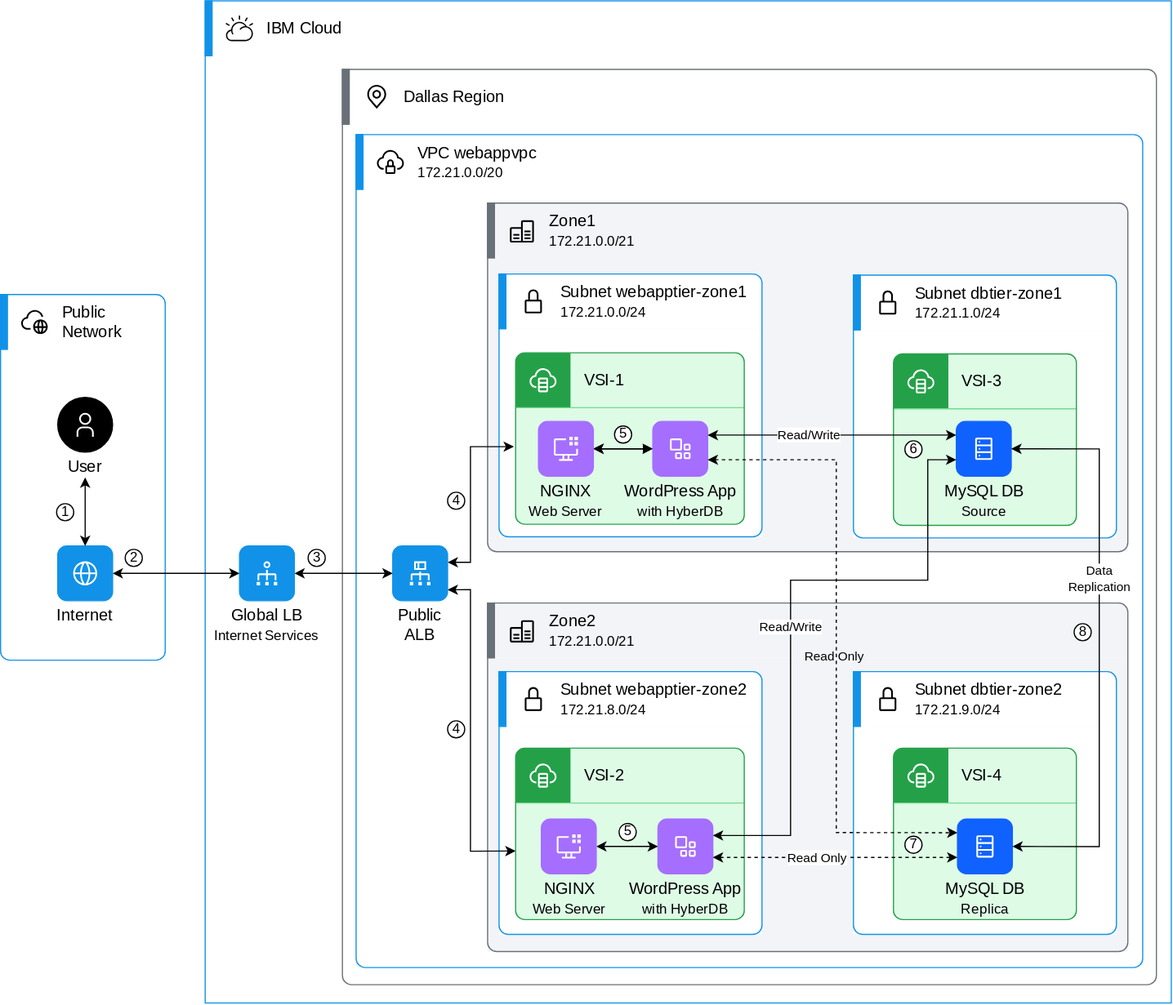
jaywarfield/codepattern-multitier-vpc keeps this draw.io diagram as doc/source/images/webappvpc-architecture-Application.svg. Above is the earlier version. Source tidied: cells renumbered, new cells last; positions are measured from the earlier drawing's top-left corner, leaving out a move shared by most shapes.
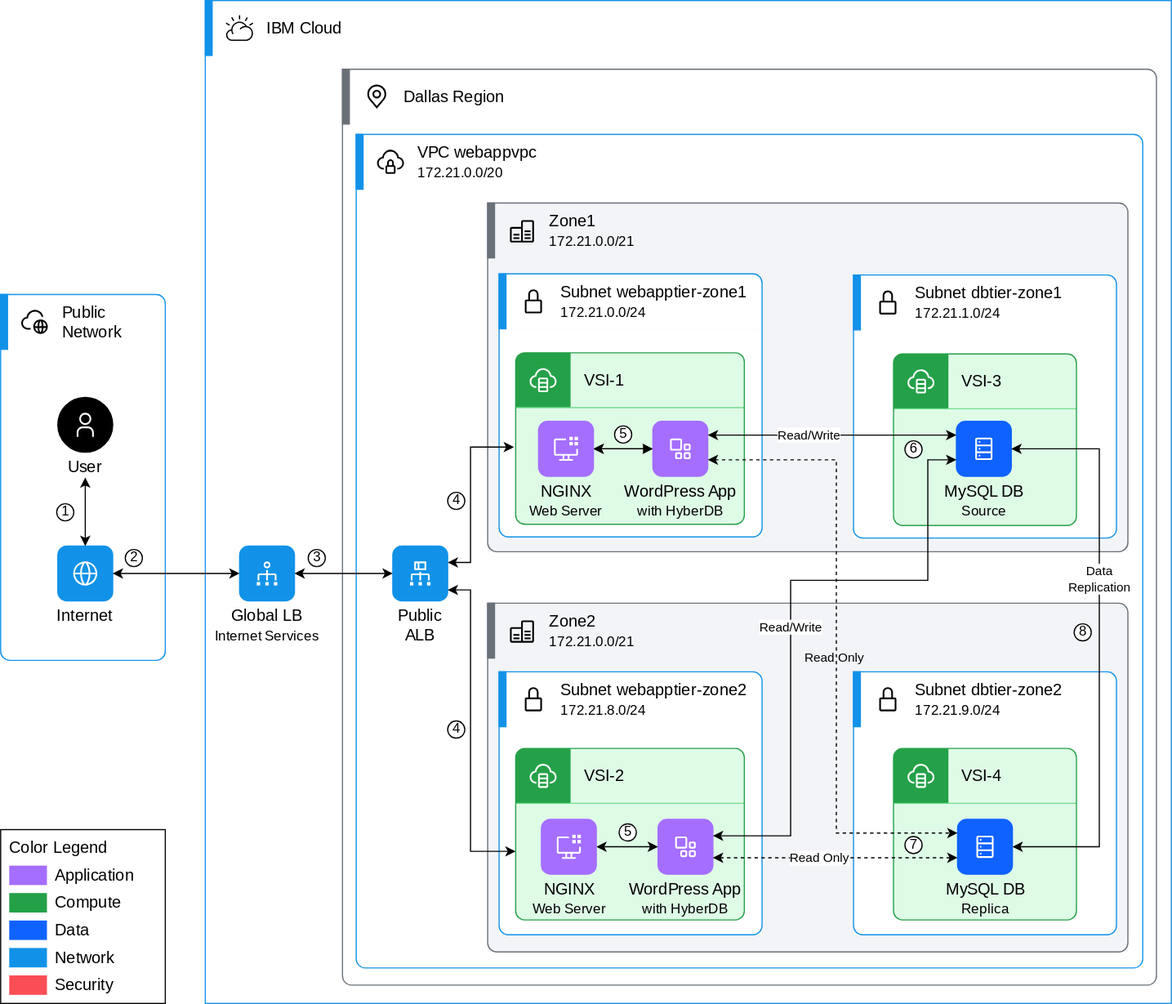
After the change.

The edit, as a diff of the source:
```diff
@@ -228,5 +228,35 @@
     <mxCell id="48" value="8" style="ellipse;whiteSpace=wrap;html=1;spacingLeft=1;spacingBottom=1;" parent="1" vertex="1">
       <mxGeometry x="939" y="545" width="15" height="15" as="geometry" />
     </mxCell>
+    <object id="49" label="%Legend-Title%" Legend-Title="Color Legend" placeholders="1">
+      <mxCell style="shape=mxgraph.ibm2mondrian.legend;legendLayout=verticalTB;html=1;whiteSpace=wrap;strokeWidth=1;fontFamily=IBM Plex Sans;fontColor=#000000;fontSize=14;verticalAlign=middle;align=left;spacing=0;spacingLeft=0;spacingRight=0;spacingTop=0;spacingBottom=0;stackUnitSize=16;allowGaps=0;stackFill=1;noLabel=0;legendColor=black:black:white;" parent="1" vertex="1">
+        <mxGeometry y="725" width="144" height="152" as="geometry" />
+      </mxCell>
+    </object>
+    <object id="50" label="%Element-Name%&lt;BR&gt;&lt;font style='font-size: 12px'&gt;%Element-ID%&lt;/font&gt;" Element-ID="" Element-Name="Application" Icon-Name="" Tag-Text="" placeholders="1">
+      <mxCell style="shape=mxgraph.ibm2mondrian.base;shapeType=ln;shapeLayout=legend:color;colorFamily=purple;colorBackground=noColor:noColor;html=1;whiteSpace=wrap;strokeWidth=1;fontFamily=IBM Plex Sans;fontColor=#000000;fontSize=14;image=;verticalAlign=middle;align=left;spacing=0;spacingLeft=0;spacingRight=0;spacingTop=0;spacingBottom=0;verticalLabelPosition=middle;labelPosition=center;" parent="49" vertex="1">
+        <mxGeometry x="8" y="32" width="128" height="16" as="geometry" />
+      </mxCell>
+    </object>
+    <object id="51" label="%Element-Name%&lt;BR&gt;&lt;font style='font-size: 12px'&gt;%Element-ID%&lt;/font&gt;" Element-ID="" Element-Name="Compute" Icon-Name="" Tag-Text="" placeholders="1">
+      <mxCell style="shape=mxgraph.ibm2mondrian.base;shapeType=ln;shapeLayout=legend:color;colorFamily=green;colorBackground=noColor:noColor;html=1;whiteSpace=wrap;strokeWidth=1;fontFamily=IBM Plex Sans;fontColor=#000000;fontSize=14;image=;verticalAlign=middle;align=left;spacing=0;spacingLeft=0;spacingRight=0;spacingTop=0;spacingBottom=0;verticalLabelPosition=middle;labelPosition=center;" parent="49" vertex="1">
+        <mxGeometry x="8" y="56" width="128" height="16" as="geometry" />
+      </mxCell>
+    </object>
+    <object id="52" label="%Element-Name%&lt;BR&gt;&lt;font style='font-size: 12px'&gt;%Element-ID%&lt;/font&gt;" Element-ID="" Element-Name="Data" Icon-Name="" Tag-Text="" placeholders="1">
+      <mxCell style="shape=mxgraph.ibm2mondrian.base;shapeType=ln;shapeLayout=legend:color;colorFamily=blue;colorBackground=noColor:noColor;html=1;whiteSpace=wrap;strokeWidth=1;fontFamily=IBM Plex Sans;fontColor=#000000;fontSize=14;image=;verticalAlign=middle;align=left;spacing=0;spacingLeft=0;spacingRight=0;spacingTop=0;spacingBottom=0;verticalLabelPosition=middle;labelPosition=center;" parent="49" vertex="1">
+        <mxGeometry x="8" y="80" width="128" height="16" as="geometry" />
+      </mxCell>
+    </object>
+    <object id="53" label="%Element-Name%&lt;BR&gt;&lt;font style='font-size: 12px'&gt;%Element-ID%&lt;/font&gt;" Element-ID="" Element-Name="Network" Icon-Name="" Tag-Text="" placeholders="1">
+      <mxCell style="shape=mxgraph.ibm2mondrian.base;shapeType=ln;shapeLayout=legend:color;colorFamily=cyan;colorBackground=noColor:noColor;html=1;whiteSpace=wrap;strokeWidth=1;fontFamily=IBM Plex Sans;fontColor=#000000;fontSize=14;image=;verticalAlign=middle;align=left;spacing=0;spacingLeft=0;spacingRight=0;spacingTop=0;spacingBottom=0;verticalLabelPosition=middle;labelPosition=center;" parent="49" vertex="1">
+        <mxGeometry x="8" y="104" width="128" height="16" as="geometry" />
+      </mxCell>
+    </object>
+    <object id="54" label="%Element-Name%&lt;BR&gt;&lt;font style='font-size: 12px'&gt;%Element-ID%&lt;/font&gt;" Element-ID="" Element-Name="Security" Icon-Name="" Tag-Text="" placeholders="1">
+      <mxCell style="shape=mxgraph.ibm2mondrian.base;shapeType=ln;shapeLayout=legend:color;colorFamily=red;colorBackground=noColor:noColor;html=1;whiteSpace=wrap;strokeWidth=1;fontFamily=IBM Plex Sans;fontColor=#000000;fontSize=14;image=;verticalAlign=middle;align=left;spacing=0;spacingLeft=0;spacingRight=0;spacingTop=0;spacingBottom=0;verticalLabelPosition=middle;labelPosition=center;" parent="49" vertex="1">
+        <mxGeometry x="8" y="128" width="128" height="16" as="geometry" />
+      </mxCell>
+    </object>
   </root>
 </mxGraphModel>
```
